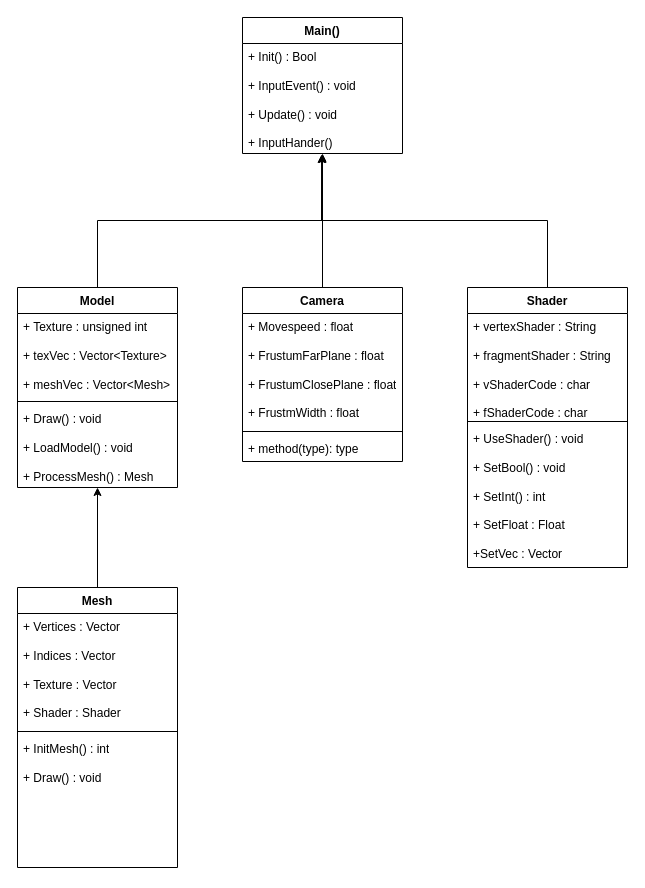
Above: UML Diagrams/Software Class Diagram.drawio in Mr-Wilhelm/OpenGL-Culling-Algorithms (draw.io), before the change. Source tidied: cells renumbered, new cells numbered last; positions are measured from the earlier drawing's top-left corner, leaving out a move shared by most shapes. Both pictures are drawn from the tidied source at 100%, with x=0, y=0 at pixel (17, 17).
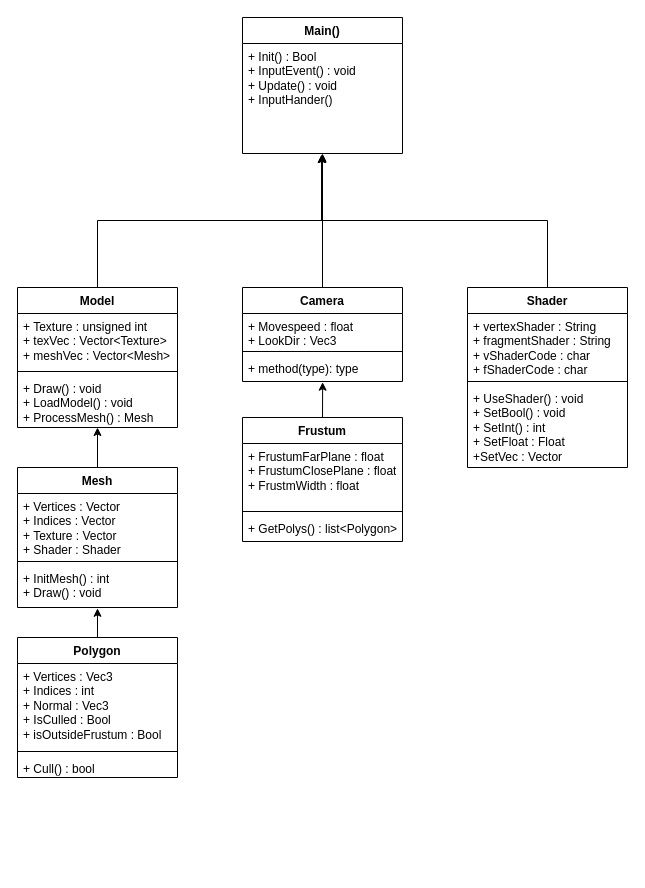
After the change.

Unchanged cells that the change refers to:
```xml
<mxCell id="2" value="Main()" style="swimlane;fontStyle=1;align=center;verticalAlign=top;horizontal=1;startSize=26;whiteSpace=wrap;html=1;" parent="1" vertex="1">
  <mxGeometry x="225" width="160" height="136" as="geometry" />
</mxCell>
```

Change to the diagram source:
```diff
@@
-    <mxCell id="3" value="+ Init() : Bool&lt;div&gt;&lt;br&gt;&lt;/div&gt;&lt;div&gt;+ InputEvent() : void&lt;/div&gt;&lt;div&gt;&lt;br&gt;&lt;/div&gt;&lt;div&gt;+ Update() : void&lt;/div&gt;&lt;div&gt;&lt;br&gt;&lt;/div&gt;&lt;div&gt;+ InputHander()&lt;/div&gt;&lt;div&gt;&lt;br&gt;&lt;div&gt;&lt;div&gt;&lt;br&gt;&lt;/div&gt;&lt;/div&gt;&lt;/div&gt;" style="text;strokeColor=none;fillColor=none;align=left;verticalAlign=top;spacingLeft=4;spacingRight=4;overflow=hidden;points=[[0,0.5],[1,0.5]];portConstraint=eastwest;whiteSpace=wrap;html=1;" parent="2" vertex="1">
+    <mxCell id="3" value="+ Init() : Bool&lt;div&gt;+ InputEvent() : void&lt;/div&gt;&lt;div&gt;+ Update() : void&lt;/div&gt;&lt;div&gt;&lt;span style=&quot;background-color: initial;&quot;&gt;+ InputHander()&lt;/span&gt;&lt;/div&gt;&lt;div&gt;&lt;br&gt;&lt;div&gt;&lt;div&gt;&lt;br&gt;&lt;/div&gt;&lt;/div&gt;&lt;/div&gt;" style="text;strokeColor=none;fillColor=none;align=left;verticalAlign=top;spacingLeft=4;spacingRight=4;overflow=hidden;points=[[0,0.5],[1,0.5]];portConstraint=eastwest;whiteSpace=wrap;html=1;" parent="2" vertex="1">
       <mxGeometry y="26" width="160" height="110" as="geometry" />
     </mxCell>
     <mxCell id="4" value="Camera" style="swimlane;fontStyle=1;align=center;verticalAlign=top;horizontal=1;startSize=26;whiteSpace=wrap;html=1;" parent="1" vertex="1">
-      <mxGeometry x="225" y="270" width="160" height="174" as="geometry" />
+      <mxGeometry x="225" y="270" width="160" height="94" as="geometry" />
     </mxCell>
-    <mxCell id="5" value="+ Movespeed : float&lt;div&gt;&lt;br&gt;&lt;/div&gt;&lt;div&gt;+ FrustumFarPlane : float&lt;/div&gt;&lt;div&gt;&lt;br&gt;&lt;/div&gt;&lt;div&gt;+ FrustumClosePlane : float&lt;/div&gt;&lt;div&gt;&lt;br&gt;&lt;/div&gt;&lt;div&gt;+ FrustmWidth : float&lt;/div&gt;" style="text;strokeColor=none;fillColor=none;align=left;verticalAlign=top;spacingLeft=4;spacingRight=4;overflow=hidden;whiteSpace=wrap;html=1;" parent="4" vertex="1">
-      <mxGeometry y="26" width="160" height="114" as="geometry" />
+    <mxCell id="5" value="+ Movespeed : float&lt;div&gt;+ LookDir : Vec3&lt;/div&gt;" style="text;strokeColor=none;fillColor=none;align=left;verticalAlign=top;spacingLeft=4;spacingRight=4;overflow=hidden;whiteSpace=wrap;html=1;" parent="4" vertex="1">
+      <mxGeometry y="26" width="160" height="34" as="geometry" />
     </mxCell>
     <mxCell id="6" style="line;strokeWidth=1;fillColor=none;align=left;verticalAlign=middle;spacingTop=-1;spacingLeft=3;spacingRight=3;labelPosition=right;strokeColor=inherit;" parent="4" vertex="1">
-      <mxGeometry y="140" width="160" height="8" as="geometry" />
+      <mxGeometry y="60" width="160" height="8" as="geometry" />
     </mxCell>
     <mxCell id="7" value="+ method(type): type" style="text;strokeColor=none;fillColor=none;align=left;verticalAlign=top;spacingLeft=4;spacingRight=4;overflow=hidden;points=[[0,0.5],[1,0.5]];portConstraint=eastwest;whiteSpace=wrap;html=1;" parent="4" vertex="1">
-      <mxGeometry y="148" width="160" height="26" as="geometry" />
+      <mxGeometry y="68" width="160" height="26" as="geometry" />
     </mxCell>
@@
     <mxCell id="9" value="Model" style="swimlane;fontStyle=1;align=center;verticalAlign=top;horizontal=1;startSize=26;whiteSpace=wrap;html=1;" parent="1" vertex="1">
-      <mxGeometry y="270" width="160" height="200" as="geometry" />
+      <mxGeometry y="270" width="160" height="140" as="geometry" />
     </mxCell>
-    <mxCell id="10" value="+ Texture : unsigned int&lt;div&gt;&lt;br&gt;&lt;/div&gt;&lt;div&gt;+ texVec : Vector&amp;lt;Texture&amp;gt;&lt;/div&gt;&lt;div&gt;&lt;br&gt;&lt;/div&gt;&lt;div&gt;+ meshVec : Vector&amp;lt;Mesh&amp;gt;&lt;/div&gt;&lt;div&gt;&lt;br&gt;&lt;/div&gt;&lt;div&gt;&lt;br&gt;&lt;/div&gt;" style="text;strokeColor=none;fillColor=none;align=left;verticalAlign=top;spacingLeft=4;spacingRight=4;overflow=hidden;whiteSpace=wrap;html=1;" parent="9" vertex="1">
-      <mxGeometry y="26" width="160" height="84" as="geometry" />
+    <mxCell id="10" value="+ Texture : unsigned int&lt;div&gt;+ texVec : Vector&amp;lt;Texture&amp;gt;&lt;/div&gt;&lt;div&gt;+ meshVec : Vector&amp;lt;Mesh&amp;gt;&lt;/div&gt;&lt;div&gt;&lt;br&gt;&lt;/div&gt;&lt;div&gt;&lt;br&gt;&lt;/div&gt;" style="text;strokeColor=none;fillColor=none;align=left;verticalAlign=top;spacingLeft=4;spacingRight=4;overflow=hidden;whiteSpace=wrap;html=1;" parent="9" vertex="1">
+      <mxGeometry y="26" width="160" height="54" as="geometry" />
     </mxCell>
     <mxCell id="11" style="line;strokeWidth=1;fillColor=none;align=left;verticalAlign=middle;spacingTop=-1;spacingLeft=3;spacingRight=3;labelPosition=right;strokeColor=inherit;" parent="9" vertex="1">
-      <mxGeometry y="110" width="160" height="8" as="geometry" />
+      <mxGeometry y="80" width="160" height="8" as="geometry" />
     </mxCell>
-    <mxCell id="12" value="+ Draw() : void&lt;div&gt;&lt;br&gt;&lt;/div&gt;&lt;div&gt;+ LoadModel() : void&lt;/div&gt;&lt;div&gt;&lt;br&gt;&lt;/div&gt;&lt;div&gt;+ ProcessMesh() : Mesh&lt;/div&gt;" style="text;strokeColor=none;fillColor=none;align=left;verticalAlign=top;spacingLeft=4;spacingRight=4;overflow=hidden;points=[[0,0.5],[1,0.5]];portConstraint=eastwest;whiteSpace=wrap;html=1;" parent="9" vertex="1">
-      <mxGeometry y="118" width="160" height="82" as="geometry" />
+    <mxCell id="12" value="+ Draw() : void&lt;div&gt;&lt;span style=&quot;background-color: initial;&quot;&gt;+ LoadModel() : void&lt;/span&gt;&lt;/div&gt;&lt;div&gt;+ ProcessMesh() : Mesh&lt;/div&gt;" style="text;strokeColor=none;fillColor=none;align=left;verticalAlign=top;spacingLeft=4;spacingRight=4;overflow=hidden;points=[[0,0.5],[1,0.5]];portConstraint=eastwest;whiteSpace=wrap;html=1;" parent="9" vertex="1">
+      <mxGeometry y="88" width="160" height="52" as="geometry" />
     </mxCell>
@@
     <mxCell id="14" value="Mesh" style="swimlane;fontStyle=1;align=center;verticalAlign=top;horizontal=1;startSize=26;whiteSpace=wrap;html=1;" parent="1" vertex="1">
-      <mxGeometry y="570" width="160" height="280" as="geometry" />
+      <mxGeometry y="450" width="160" height="140" as="geometry" />
     </mxCell>
-    <mxCell id="15" value="+ Vertices : Vector&lt;div&gt;&lt;br&gt;&lt;/div&gt;&lt;div&gt;+ Indices : Vector&lt;/div&gt;&lt;div&gt;&lt;br&gt;&lt;/div&gt;&lt;div&gt;+ Texture : Vector&lt;/div&gt;&lt;div&gt;&lt;br&gt;&lt;/div&gt;&lt;div&gt;+ Shader : Shader&lt;/div&gt;" style="text;strokeColor=none;fillColor=none;align=left;verticalAlign=top;spacingLeft=4;spacingRight=4;overflow=hidden;whiteSpace=wrap;html=1;" parent="14" vertex="1">
-      <mxGeometry y="26" width="160" height="114" as="geometry" />
+    <mxCell id="15" value="+ Vertices : Vector&lt;div&gt;+ Indices : Vector&lt;/div&gt;&lt;div&gt;+ Texture : Vector&lt;/div&gt;&lt;div&gt;+ Shader : Shader&lt;/div&gt;" style="text;strokeColor=none;fillColor=none;align=left;verticalAlign=top;spacingLeft=4;spacingRight=4;overflow=hidden;whiteSpace=wrap;html=1;" parent="14" vertex="1">
+      <mxGeometry y="26" width="160" height="64" as="geometry" />
     </mxCell>
     <mxCell id="16" style="line;strokeWidth=1;fillColor=none;align=left;verticalAlign=middle;spacingTop=-1;spacingLeft=3;spacingRight=3;labelPosition=right;strokeColor=inherit;" parent="14" vertex="1">
-      <mxGeometry y="140" width="160" height="8" as="geometry" />
+      <mxGeometry y="90" width="160" height="8" as="geometry" />
     </mxCell>
-    <mxCell id="17" value="+ InitMesh() : int&lt;br&gt;&lt;div&gt;&lt;br&gt;&lt;/div&gt;&lt;div&gt;+ Draw() : void&lt;/div&gt;" style="text;strokeColor=none;fillColor=none;align=left;verticalAlign=top;spacingLeft=4;spacingRight=4;overflow=hidden;points=[[0,0.5],[1,0.5]];portConstraint=eastwest;whiteSpace=wrap;html=1;" parent="14" vertex="1">
-      <mxGeometry y="148" width="160" height="132" as="geometry" />
+    <mxCell id="17" value="+ InitMesh() : int&lt;div&gt;+ Draw() : void&lt;/div&gt;" style="text;strokeColor=none;fillColor=none;align=left;verticalAlign=top;spacingLeft=4;spacingRight=4;overflow=hidden;points=[[0,0.5],[1,0.5]];portConstraint=eastwest;whiteSpace=wrap;html=1;" parent="14" vertex="1">
+      <mxGeometry y="98" width="160" height="42" as="geometry" />
     </mxCell>
@@
     <mxCell id="19" value="Shader" style="swimlane;fontStyle=1;align=center;verticalAlign=top;horizontal=1;startSize=26;whiteSpace=wrap;html=1;" parent="1" vertex="1">
-      <mxGeometry x="450" y="270" width="160" height="280" as="geometry" />
+      <mxGeometry x="450" y="270" width="160" height="180" as="geometry" />
     </mxCell>
-    <mxCell id="20" value="+ vertexShader : String&lt;div&gt;&lt;br&gt;&lt;/div&gt;&lt;div&gt;+ fragmentShader : String&lt;/div&gt;&lt;div&gt;&lt;br&gt;&lt;/div&gt;&lt;div&gt;+ vShaderCode : char&lt;/div&gt;&lt;div&gt;&lt;br&gt;&lt;/div&gt;&lt;div&gt;+ fShaderCode : char&lt;/div&gt;&lt;div&gt;&lt;br&gt;&lt;/div&gt;&lt;div&gt;&lt;br&gt;&lt;/div&gt;" style="text;strokeColor=none;fillColor=none;align=left;verticalAlign=top;spacingLeft=4;spacingRight=4;overflow=hidden;whiteSpace=wrap;html=1;" parent="19" vertex="1">
-      <mxGeometry y="26" width="160" height="104" as="geometry" />
+    <mxCell id="20" value="+ vertexShader : String&lt;div&gt;+ fragmentShader : String&lt;/div&gt;&lt;div&gt;+ vShaderCode : char&lt;/div&gt;&lt;div&gt;+ fShaderCode : char&lt;/div&gt;&lt;div&gt;&lt;br&gt;&lt;/div&gt;&lt;div&gt;&lt;br&gt;&lt;/div&gt;" style="text;strokeColor=none;fillColor=none;align=left;verticalAlign=top;spacingLeft=4;spacingRight=4;overflow=hidden;whiteSpace=wrap;html=1;" parent="19" vertex="1">
+      <mxGeometry y="26" width="160" height="64" as="geometry" />
     </mxCell>
     <mxCell id="21" style="line;strokeWidth=1;fillColor=none;align=left;verticalAlign=middle;spacingTop=-1;spacingLeft=3;spacingRight=3;labelPosition=right;strokeColor=inherit;" parent="19" vertex="1">
-      <mxGeometry y="130" width="160" height="8" as="geometry" />
+      <mxGeometry y="90" width="160" height="8" as="geometry" />
     </mxCell>
-    <mxCell id="22" value="+ UseShader() : void&lt;div&gt;&lt;br&gt;&lt;/div&gt;&lt;div&gt;+ SetBool() : void&lt;/div&gt;&lt;div&gt;&lt;br&gt;&lt;/div&gt;&lt;div&gt;+ SetInt() : int&lt;/div&gt;&lt;div&gt;&lt;br&gt;&lt;/div&gt;&lt;div&gt;+ SetFloat : Float&lt;/div&gt;&lt;div&gt;&lt;br&gt;&lt;/div&gt;&lt;div&gt;+SetVec : Vector&lt;/div&gt;" style="text;strokeColor=none;fillColor=none;align=left;verticalAlign=top;spacingLeft=4;spacingRight=4;overflow=hidden;whiteSpace=wrap;html=1;" parent="19" vertex="1">
-      <mxGeometry y="138" width="160" height="142" as="geometry" />
+    <mxCell id="22" value="+ UseShader() : void&lt;div&gt;&lt;span style=&quot;background-color: initial;&quot;&gt;+ SetBool() : void&lt;/span&gt;&lt;/div&gt;&lt;div&gt;+ SetInt() : int&lt;/div&gt;&lt;div&gt;+ SetFloat : Float&lt;/div&gt;&lt;div&gt;+SetVec : Vector&lt;/div&gt;" style="text;strokeColor=none;fillColor=none;align=left;verticalAlign=top;spacingLeft=4;spacingRight=4;overflow=hidden;whiteSpace=wrap;html=1;" parent="19" vertex="1">
+      <mxGeometry y="98" width="160" height="82" as="geometry" />
     </mxCell>
@@
+    <mxCell id="24" value="Polygon" style="swimlane;fontStyle=1;align=center;verticalAlign=top;horizontal=1;startSize=26;whiteSpace=wrap;html=1;" parent="1" vertex="1">
+      <mxGeometry y="620" width="160" height="140" as="geometry" />
+    </mxCell>
+    <mxCell id="25" value="+ Vertices : Vec3&lt;div&gt;&lt;span style=&quot;background-color: initial;&quot;&gt;+ Indices : int&lt;/span&gt;&lt;/div&gt;&lt;div&gt;+ Normal : Vec3&lt;/div&gt;&lt;div&gt;+ IsCulled : Bool&lt;/div&gt;&lt;div&gt;+ isOutsideFrustum : Bool&lt;/div&gt;&lt;div&gt;&lt;br&gt;&lt;/div&gt;" style="text;strokeColor=none;fillColor=none;align=left;verticalAlign=top;spacingLeft=4;spacingRight=4;overflow=hidden;whiteSpace=wrap;html=1;" parent="24" vertex="1">
+      <mxGeometry y="26" width="160" height="84" as="geometry" />
+    </mxCell>
+    <mxCell id="26" style="line;strokeWidth=1;fillColor=none;align=left;verticalAlign=middle;spacingTop=-1;spacingLeft=3;spacingRight=3;labelPosition=right;strokeColor=inherit;" parent="24" vertex="1">
+      <mxGeometry y="110" width="160" height="8" as="geometry" />
+    </mxCell>
+    <mxCell id="27" value="+ Cull() : bool" style="text;strokeColor=none;fillColor=none;align=left;verticalAlign=top;spacingLeft=4;spacingRight=4;overflow=hidden;whiteSpace=wrap;html=1;" parent="24" vertex="1">
+      <mxGeometry y="118" width="160" height="22" as="geometry" />
+    </mxCell>
+    <mxCell id="28" style="edgeStyle=orthogonalEdgeStyle;rounded=0;jettySize=auto;html=1;exitX=0.5;exitY=0;exitDx=0;exitDy=0;entryX=0.5;entryY=1.019;entryDx=0;entryDy=0;entryPerimeter=0;" parent="1" edge="1" source="24" target="17">
+      <mxGeometry relative="1" as="geometry" />
+    </mxCell>
+    <mxCell id="29" value="Frustum" style="swimlane;fontStyle=1;align=center;verticalAlign=top;horizontal=1;startSize=26;whiteSpace=wrap;html=1;" parent="1" vertex="1">
+      <mxGeometry x="225" y="400" width="160" height="124" as="geometry" />
+    </mxCell>
+    <mxCell id="30" value="&lt;div&gt;+ FrustumFarPlane : float&lt;/div&gt;&lt;div&gt;+ FrustumClosePlane : float&lt;/div&gt;&lt;div&gt;+ FrustmWidth : float&lt;/div&gt;" style="text;strokeColor=none;fillColor=none;align=left;verticalAlign=top;spacingLeft=4;spacingRight=4;overflow=hidden;whiteSpace=wrap;html=1;" parent="29" vertex="1">
+      <mxGeometry y="26" width="160" height="64" as="geometry" />
+    </mxCell>
+    <mxCell id="31" style="line;strokeWidth=1;fillColor=none;align=left;verticalAlign=middle;spacingTop=-1;spacingLeft=3;spacingRight=3;labelPosition=right;strokeColor=inherit;" parent="29" vertex="1">
+      <mxGeometry y="90" width="160" height="8" as="geometry" />
+    </mxCell>
+    <mxCell id="32" value="+ GetPolys() : list&amp;lt;Polygon&amp;gt;" style="text;strokeColor=none;fillColor=none;align=left;verticalAlign=top;spacingLeft=4;spacingRight=4;overflow=hidden;whiteSpace=wrap;html=1;" parent="29" vertex="1">
+      <mxGeometry y="98" width="160" height="26" as="geometry" />
+    </mxCell>
+    <mxCell id="33" style="edgeStyle=orthogonalEdgeStyle;rounded=0;jettySize=auto;html=1;exitX=0.5;exitY=0;exitDx=0;exitDy=0;entryX=0.501;entryY=1.028;entryDx=0;entryDy=0;entryPerimeter=0;" parent="1" edge="1" source="29" target="7">
+      <mxGeometry relative="1" as="geometry" />
+    </mxCell>
```
